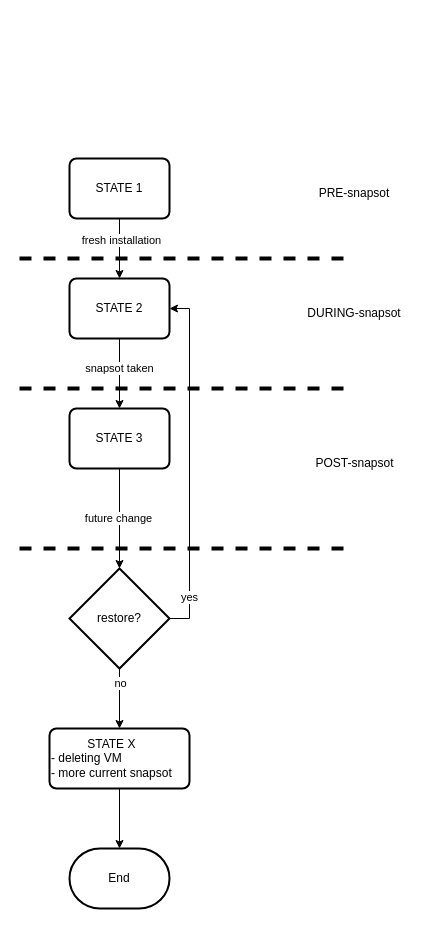
troders34/software keeps this draw.io diagram as the-operation.drawio. Above is the earlier version. Source tidied: cells renumbered, new cells numbered last; positions are measured from the earlier drawing's top-left corner, leaving out a move shared by most shapes. Both pictures are drawn from the tidied source at 100%, with x=0, y=0 at pixel (19, 158).
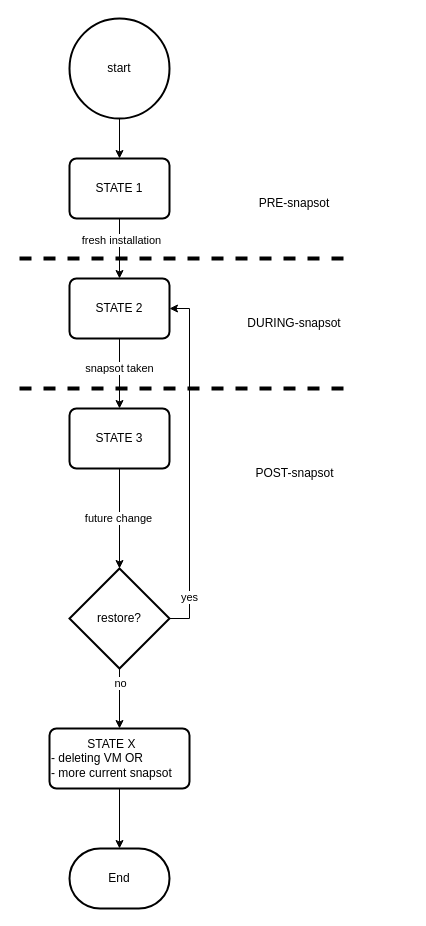
Above is the later version.

Unchanged cells that the change refers to:
```xml
<mxCell id="16" value="STATE 1" style="rounded=1;whiteSpace=wrap;html=1;absoluteArcSize=1;arcSize=14;strokeWidth=2;" parent="1" vertex="1">
  <mxGeometry x="50" width="100" height="60" as="geometry" />
</mxCell>
```

Change to the diagram source:
```diff
@@
-    <mxCell id="18" style="endArrow=none;dashed=1;html=1;rounded=0;strokeWidth=4;" parent="1" edge="1">
-      <mxGeometry relative="1" as="geometry">
-        <mxPoint y="390" as="sourcePoint" />
-        <mxPoint x="330" y="390" as="targetPoint" />
-      </mxGeometry>
-    </mxCell>
     <mxCell id="19" value="PRE-snapsot" style="text;html=1;align=center;verticalAlign=middle;whiteSpace=wrap;rounded=0;" parent="1" vertex="1">
-      <mxGeometry x="295" y="20" width="80" height="30" as="geometry" />
+      <mxGeometry x="235" y="30" width="80" height="30" as="geometry" />
     </mxCell>
     <mxCell id="20" value="DURING-snapsot" style="text;html=1;align=center;verticalAlign=middle;whiteSpace=wrap;rounded=0;" parent="1" vertex="1">
-      <mxGeometry x="280" y="140" width="110" height="30" as="geometry" />
+      <mxGeometry x="220" y="150" width="110" height="30" as="geometry" />
     </mxCell>
     <mxCell id="21" value="POST-snapsot" style="text;html=1;align=center;verticalAlign=middle;whiteSpace=wrap;rounded=0;" parent="1" vertex="1">
-      <mxGeometry x="282.5" y="290" width="105" height="30" as="geometry" />
+      <mxGeometry x="222.5" y="300" width="105" height="30" as="geometry" />
     </mxCell>
-    <mxCell id="22" value="&lt;div style=&quot;text-align: center;&quot;&gt;&lt;span style=&quot;background-color: transparent; color: light-dark(rgb(0, 0, 0), rgb(255, 255, 255));&quot;&gt;STATE X&lt;/span&gt;&lt;/div&gt;&lt;div&gt;- deleting VM&lt;/div&gt;&lt;div&gt;- more current snapsot&lt;/div&gt;" style="rounded=1;whiteSpace=wrap;html=1;absoluteArcSize=1;arcSize=14;strokeWidth=2;align=left;" parent="1" vertex="1">
+    <mxCell id="22" value="&lt;div style=&quot;text-align: center;&quot;&gt;&lt;span style=&quot;background-color: transparent; color: light-dark(rgb(0, 0, 0), rgb(255, 255, 255));&quot;&gt;STATE X&lt;/span&gt;&lt;/div&gt;&lt;div&gt;- deleting VM OR&lt;/div&gt;&lt;div&gt;- more current snapsot&lt;/div&gt;" style="rounded=1;whiteSpace=wrap;html=1;absoluteArcSize=1;arcSize=14;strokeWidth=2;align=left;" parent="1" vertex="1">
       <mxGeometry x="30" y="570" width="140" height="60" as="geometry" />
     </mxCell>
@@
+    <mxCell id="25" style="edgeStyle=orthogonalEdgeStyle;rounded=0;jettySize=auto;html=1;exitX=0.5;exitY=1;exitDx=0;exitDy=0;exitPerimeter=0;entryX=0.5;entryY=0;entryDx=0;entryDy=0;" parent="1" edge="1" source="26" target="16">
+      <mxGeometry relative="1" as="geometry" />
+    </mxCell>
+    <mxCell id="26" value="start" style="strokeWidth=2;html=1;shape=mxgraph.flowchart.start_2;whiteSpace=wrap;" parent="1" vertex="1">
+      <mxGeometry x="50" y="-140" width="100" height="100" as="geometry" />
+    </mxCell>
```
